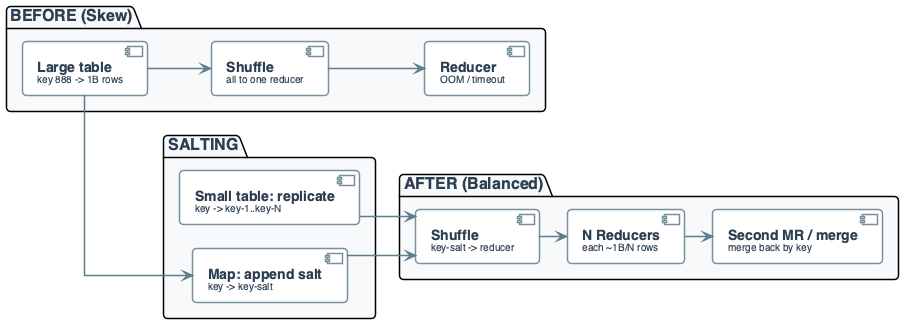
Before: diagrams/week03/week3_practice_slide18_skew_mitigation.png, a diagram exported from PlantUML (OrPerets/data-engineering-course).
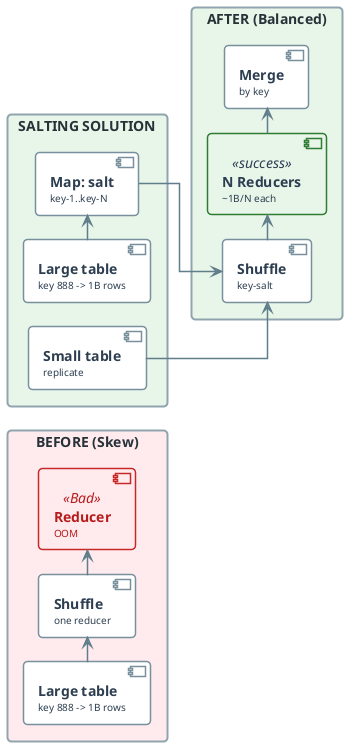
The same file after the commit.

What changed in the source:
```diff
@@ -118,30 +118,31 @@
 }
 
 
-package "BEFORE (Skew)" #F8F9FA {
-    component "**Large table**\n<size:10>key 888 -> 1B rows</size>" as LARGE
-    component "**Shuffle**\n<size:10>all to one reducer</size>" as SHUFFLE1
-    component "**Reducer**\n<size:10>OOM / timeout</size>" as REDUCE1
+
+rectangle "BEFORE (Skew)" #FFEBEE {
+    component "**Large table**\n<size:10>key 888 -> 1B rows</size>" as LARGE1
+    component "**Shuffle**\n<size:10>one reducer</size>" as SHUFFLE1
+    component "**Reducer**\n<size:10>OOM</size>" as REDUCE1 <<Bad>>
+    LARGE1 -right-> SHUFFLE1
+    SHUFFLE1 -right-> REDUCE1
 }
 
-package "SALTING" #F8F9FA {
-    component "**Map: append salt**\n<size:10>key -> key-salt</size>" as SALT
-    component "**Small table: replicate**\n<size:10>key -> key-1..key-N</size>" as REPL
+rectangle "SALTING SOLUTION" #E8F5E9 {
+    component "**Large table**\n<size:10>key 888 -> 1B rows</size>" as LARGE2
+    component "**Map: salt**\n<size:10>key-1..key-N</size>" as SALT
+    component "**Small table**\n<size:10>replicate</size>" as REPL
+    LARGE2 -right-> SALT
 }
 
-package "AFTER (Balanced)" #F8F9FA {
-    component "**Shuffle**\n<size:10>key-salt -> reducer</size>" as SHUFFLE2
-    component "**N Reducers**\n<size:10>each ~1B/N rows</size>" as REDUCE2
-    component "**Second MR / merge**\n<size:10>merge back by key</size>" as MERGE
+rectangle "AFTER (Balanced)" #E8F5E9 {
+    component "**Shuffle**\n<size:10>key-salt</size>" as SHUFFLE2
+    component "**N Reducers**\n<size:10>~1B/N each</size>" as REDUCE2 <<success>>
+    component "**Merge**\n<size:10>by key</size>" as MERGE
+    SHUFFLE2 -right-> REDUCE2
+    REDUCE2 -right-> MERGE
 }
 
-LARGE --> SHUFFLE1
-SHUFFLE1 --> REDUCE1
-
-LARGE --> SALT
-SALT --> SHUFFLE2
-REPL --> SHUFFLE2
-SHUFFLE2 --> REDUCE2
-REDUCE2 --> MERGE
+SALT -down-> SHUFFLE2
+REPL -down-> SHUFFLE2
 
 @enduml
```
